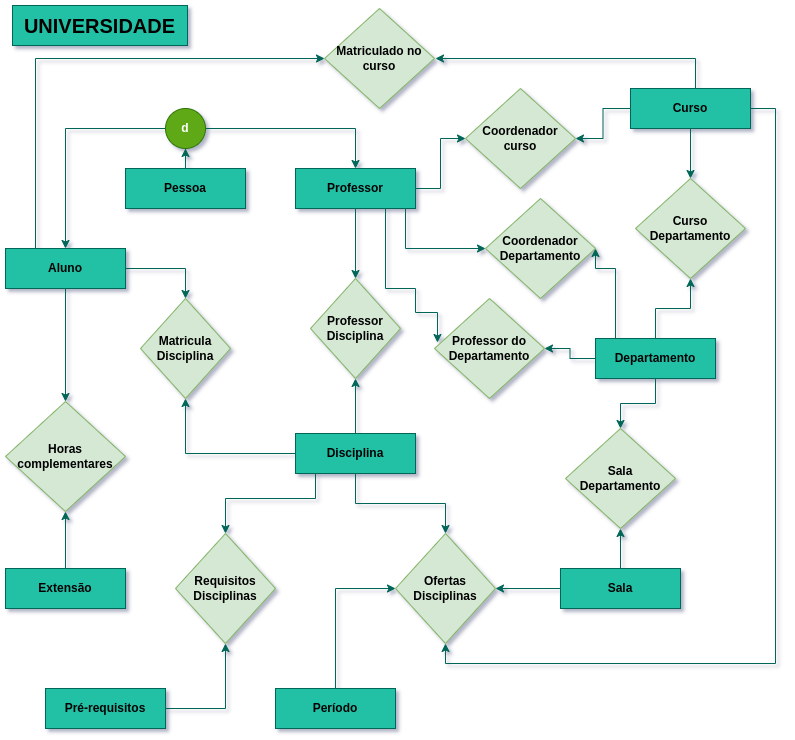
Earlier version of the draw.io export modelo-EER.png (NandesLima/modelagem-universidade). Source tidied: cells renumbered, new cells last; positions are measured from the earlier drawing's top-left corner, leaving out a move shared by most shapes.
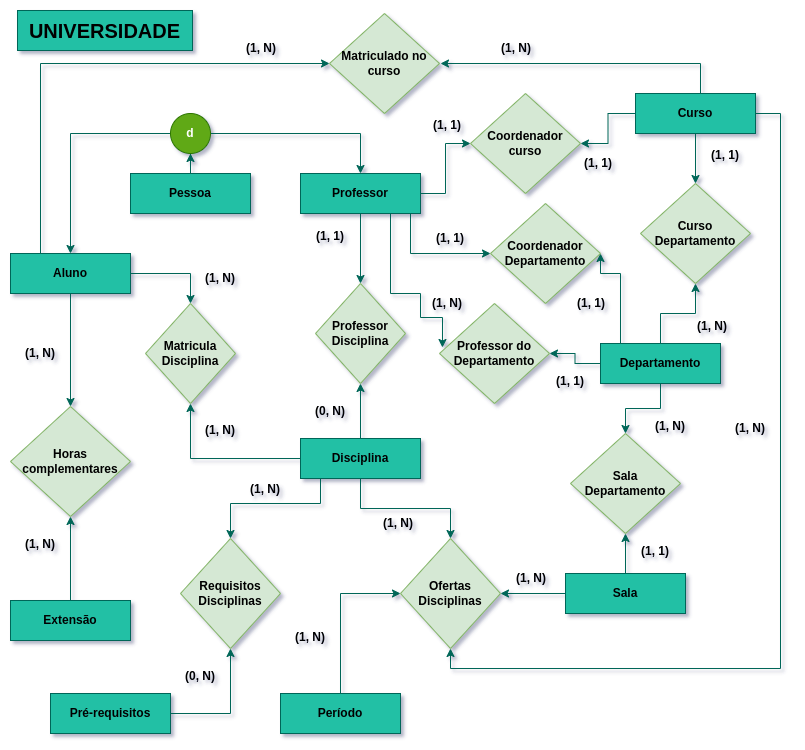
Above is the later version.

Commit message:
Atualização README.md e modelo-eer

The edit, as a diff of the source:
```diff
@@ -133,7 +133,7 @@
       <mxGeometry relative="1" as="geometry" />
     </mxCell>
     <mxCell id="32" value="Extensão" style="whiteSpace=wrap;html=1;align=center;fillColor=#21C0A5;strokeColor=#006658;fontStyle=1;fontColor=#030303;" parent="1" vertex="1">
-      <mxGeometry y="563" width="120" height="40" as="geometry" />
+      <mxGeometry y="590" width="120" height="40" as="geometry" />
     </mxCell>
     <mxCell id="33" value="Horas complementares" style="shape=rhombus;perimeter=rhombusPerimeter;whiteSpace=wrap;html=1;align=center;fillColor=#d5e8d4;strokeColor=#82b366;fontStyle=1;" parent="1" vertex="1">
       <mxGeometry y="396" width="120" height="110" as="geometry" />
@@ -192,5 +192,77 @@
     <mxCell id="51" value="UNIVERSIDADE" style="whiteSpace=wrap;html=1;align=center;fillColor=#21C0A5;strokeColor=#006658;fontStyle=1;fontSize=20;fontColor=#030303;" parent="1" vertex="1">
       <mxGeometry x="7" width="175" height="40" as="geometry" />
     </mxCell>
+    <mxCell id="52" value="&lt;b&gt;(1, N)&lt;/b&gt;" style="text;html=1;strokeColor=none;fillColor=none;align=center;verticalAlign=middle;whiteSpace=wrap;rounded=0;labelBackgroundColor=none;labelBorderColor=none;fontColor=#030303;" parent="1" vertex="1">
+      <mxGeometry x="221" y="23" width="60" height="30" as="geometry" />
+    </mxCell>
+    <mxCell id="53" value="&lt;b&gt;(1, N)&lt;/b&gt;" style="text;html=1;strokeColor=none;fillColor=none;align=center;verticalAlign=middle;whiteSpace=wrap;rounded=0;labelBackgroundColor=none;labelBorderColor=none;fontColor=#030303;" parent="1" vertex="1">
+      <mxGeometry x="476" y="23" width="60" height="30" as="geometry" />
+    </mxCell>
+    <mxCell id="54" value="&lt;b&gt;(1, N)&lt;/b&gt;" style="text;html=1;strokeColor=none;fillColor=none;align=center;verticalAlign=middle;whiteSpace=wrap;rounded=0;labelBackgroundColor=none;labelBorderColor=none;fontColor=#030303;" parent="1" vertex="1">
+      <mxGeometry x="180" y="253" width="60" height="30" as="geometry" />
+    </mxCell>
+    <mxCell id="55" value="&lt;b&gt;(1, N)&lt;/b&gt;" style="text;html=1;strokeColor=none;fillColor=none;align=center;verticalAlign=middle;whiteSpace=wrap;rounded=0;labelBackgroundColor=none;labelBorderColor=none;fontColor=#030303;" parent="1" vertex="1">
+      <mxGeometry x="180" y="405" width="60" height="30" as="geometry" />
+    </mxCell>
+    <mxCell id="56" value="&lt;b&gt;(1, N)&lt;/b&gt;" style="text;html=1;strokeColor=none;fillColor=none;align=center;verticalAlign=middle;whiteSpace=wrap;rounded=0;labelBackgroundColor=none;labelBorderColor=none;fontColor=#030303;" parent="1" vertex="1">
+      <mxGeometry y="328" width="60" height="30" as="geometry" />
+    </mxCell>
+    <mxCell id="57" value="&lt;b&gt;(1, N)&lt;/b&gt;" style="text;html=1;strokeColor=none;fillColor=none;align=center;verticalAlign=middle;whiteSpace=wrap;rounded=0;labelBackgroundColor=none;labelBorderColor=none;fontColor=#030303;" parent="1" vertex="1">
+      <mxGeometry y="518.5" width="60" height="30" as="geometry" />
+    </mxCell>
+    <mxCell id="58" value="&lt;b&gt;(1, N)&lt;/b&gt;" style="text;html=1;strokeColor=none;fillColor=none;align=center;verticalAlign=middle;whiteSpace=wrap;rounded=0;labelBackgroundColor=none;labelBorderColor=none;fontColor=#030303;" parent="1" vertex="1">
+      <mxGeometry x="225" y="464" width="60" height="30" as="geometry" />
+    </mxCell>
+    <mxCell id="59" value="&lt;b&gt;(0, N)&lt;/b&gt;" style="text;html=1;strokeColor=none;fillColor=none;align=center;verticalAlign=middle;whiteSpace=wrap;rounded=0;labelBackgroundColor=none;labelBorderColor=none;fontColor=#030303;" parent="1" vertex="1">
+      <mxGeometry x="160" y="651" width="60" height="30" as="geometry" />
+    </mxCell>
+    <mxCell id="60" value="&lt;b&gt;(1, 1)&lt;/b&gt;" style="text;html=1;strokeColor=none;fillColor=none;align=center;verticalAlign=middle;whiteSpace=wrap;rounded=0;labelBackgroundColor=none;labelBorderColor=none;fontColor=#030303;" parent="1" vertex="1">
+      <mxGeometry x="290" y="211" width="60" height="30" as="geometry" />
+    </mxCell>
+    <mxCell id="61" value="&lt;b&gt;(0, N)&lt;/b&gt;" style="text;html=1;strokeColor=none;fillColor=none;align=center;verticalAlign=middle;whiteSpace=wrap;rounded=0;labelBackgroundColor=none;labelBorderColor=none;fontColor=#030303;" parent="1" vertex="1">
+      <mxGeometry x="290" y="386" width="60" height="30" as="geometry" />
+    </mxCell>
+    <mxCell id="62" value="&lt;b&gt;(1, 1)&lt;/b&gt;" style="text;html=1;strokeColor=none;fillColor=none;align=center;verticalAlign=middle;whiteSpace=wrap;rounded=0;labelBackgroundColor=none;labelBorderColor=none;fontColor=#030303;" parent="1" vertex="1">
+      <mxGeometry x="410" y="213" width="60" height="30" as="geometry" />
+    </mxCell>
+    <mxCell id="63" value="&lt;b&gt;(1, 1)&lt;/b&gt;" style="text;html=1;strokeColor=none;fillColor=none;align=center;verticalAlign=middle;whiteSpace=wrap;rounded=0;labelBackgroundColor=none;labelBorderColor=none;fontColor=#030303;" parent="1" vertex="1">
+      <mxGeometry x="551" y="278" width="60" height="30" as="geometry" />
+    </mxCell>
+    <mxCell id="64" value="&lt;b&gt;(1, 1)&lt;/b&gt;" style="text;html=1;strokeColor=none;fillColor=none;align=center;verticalAlign=middle;whiteSpace=wrap;rounded=0;labelBackgroundColor=none;labelBorderColor=none;fontColor=#030303;" parent="1" vertex="1">
+      <mxGeometry x="407" y="100" width="60" height="30" as="geometry" />
+    </mxCell>
+    <mxCell id="65" value="&lt;b&gt;(1, 1)&lt;/b&gt;" style="text;html=1;strokeColor=none;fillColor=none;align=center;verticalAlign=middle;whiteSpace=wrap;rounded=0;labelBackgroundColor=none;labelBorderColor=none;fontColor=#030303;" parent="1" vertex="1">
+      <mxGeometry x="558" y="138" width="60" height="30" as="geometry" />
+    </mxCell>
+    <mxCell id="66" value="&lt;b&gt;(1, N)&lt;/b&gt;" style="text;html=1;strokeColor=none;fillColor=none;align=center;verticalAlign=middle;whiteSpace=wrap;rounded=0;labelBackgroundColor=none;labelBorderColor=none;fontColor=#030303;" parent="1" vertex="1">
+      <mxGeometry x="407" y="278" width="60" height="30" as="geometry" />
+    </mxCell>
+    <mxCell id="67" value="&lt;b&gt;(1, 1)&lt;/b&gt;" style="text;html=1;strokeColor=none;fillColor=none;align=center;verticalAlign=middle;whiteSpace=wrap;rounded=0;labelBackgroundColor=none;labelBorderColor=none;fontColor=#030303;" parent="1" vertex="1">
+      <mxGeometry x="530" y="356" width="60" height="30" as="geometry" />
+    </mxCell>
+    <mxCell id="68" value="&lt;b&gt;(1, N)&lt;/b&gt;" style="text;html=1;strokeColor=none;fillColor=none;align=center;verticalAlign=middle;whiteSpace=wrap;rounded=0;labelBackgroundColor=none;labelBorderColor=none;fontColor=#030303;" parent="1" vertex="1">
+      <mxGeometry x="710" y="403" width="60" height="30" as="geometry" />
+    </mxCell>
+    <mxCell id="69" value="&lt;b&gt;(1, N)&lt;/b&gt;" style="text;html=1;strokeColor=none;fillColor=none;align=center;verticalAlign=middle;whiteSpace=wrap;rounded=0;labelBackgroundColor=none;labelBorderColor=none;fontColor=#030303;" parent="1" vertex="1">
+      <mxGeometry x="270" y="612" width="60" height="30" as="geometry" />
+    </mxCell>
+    <mxCell id="70" value="&lt;b&gt;(1, N)&lt;/b&gt;" style="text;html=1;strokeColor=none;fillColor=none;align=center;verticalAlign=middle;whiteSpace=wrap;rounded=0;labelBackgroundColor=none;labelBorderColor=none;fontColor=#030303;" parent="1" vertex="1">
+      <mxGeometry x="358" y="498" width="60" height="30" as="geometry" />
+    </mxCell>
+    <mxCell id="71" value="&lt;b&gt;(1, N)&lt;/b&gt;" style="text;html=1;strokeColor=none;fillColor=none;align=center;verticalAlign=middle;whiteSpace=wrap;rounded=0;labelBackgroundColor=none;labelBorderColor=none;fontColor=#030303;" parent="1" vertex="1">
+      <mxGeometry x="491" y="553" width="60" height="30" as="geometry" />
+    </mxCell>
+    <mxCell id="72" value="&lt;b&gt;(1, N)&lt;/b&gt;" style="text;html=1;strokeColor=none;fillColor=none;align=center;verticalAlign=middle;whiteSpace=wrap;rounded=0;labelBackgroundColor=none;labelBorderColor=none;fontColor=#030303;" parent="1" vertex="1">
+      <mxGeometry x="630" y="401" width="60" height="30" as="geometry" />
+    </mxCell>
+    <mxCell id="73" value="&lt;b&gt;(1, 1)&lt;/b&gt;" style="text;html=1;strokeColor=none;fillColor=none;align=center;verticalAlign=middle;whiteSpace=wrap;rounded=0;labelBackgroundColor=none;labelBorderColor=none;fontColor=#030303;" parent="1" vertex="1">
+      <mxGeometry x="615" y="526" width="60" height="30" as="geometry" />
+    </mxCell>
+    <mxCell id="74" value="&lt;b&gt;(1, N)&lt;/b&gt;" style="text;html=1;strokeColor=none;fillColor=none;align=center;verticalAlign=middle;whiteSpace=wrap;rounded=0;labelBackgroundColor=none;labelBorderColor=none;fontColor=#030303;" parent="1" vertex="1">
+      <mxGeometry x="672" y="301" width="60" height="30" as="geometry" />
+    </mxCell>
+    <mxCell id="75" value="&lt;b&gt;(1, 1)&lt;/b&gt;" style="text;html=1;strokeColor=none;fillColor=none;align=center;verticalAlign=middle;whiteSpace=wrap;rounded=0;labelBackgroundColor=none;labelBorderColor=none;fontColor=#030303;" parent="1" vertex="1">
+      <mxGeometry x="685" y="130" width="60" height="30" as="geometry" />
+    </mxCell>
   </root>
 </mxGraphModel>
```
